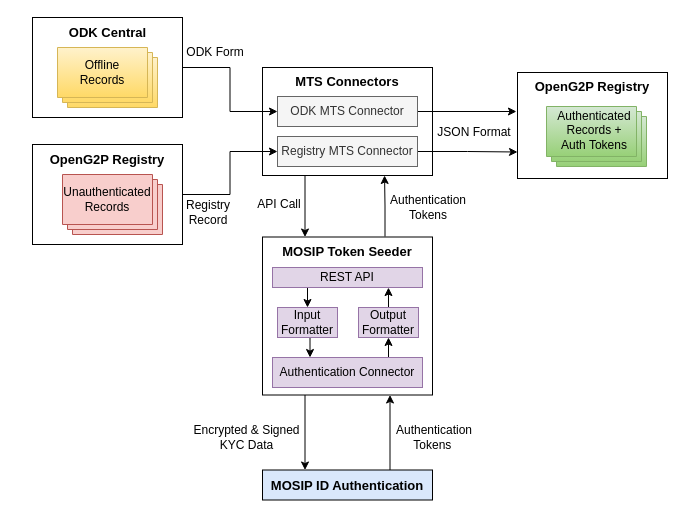
OpenG2P/openg2p-documentation keeps this draw.io diagram as .gitbook/assets/authentication-using-mts.drawio. Above is the earlier version. Source tidied: cells renumbered, new cells numbered last; positions are measured from the earlier drawing's top-left corner, leaving out a move shared by most shapes. Both pictures are drawn from the tidied source at 100%, with x=0, y=0 at pixel (32, 17).
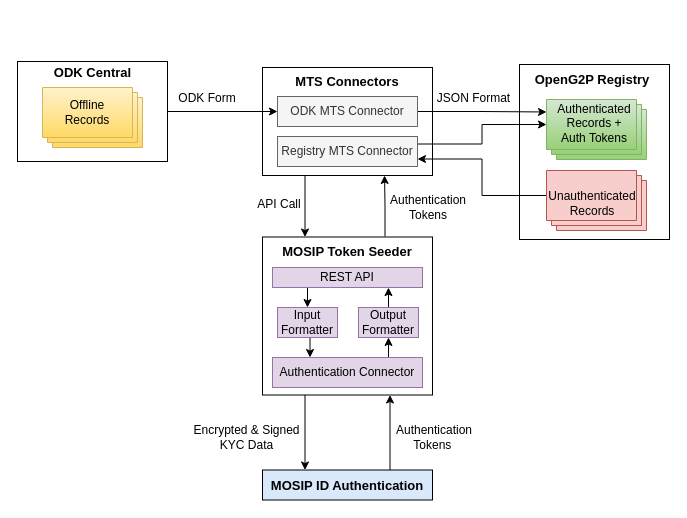
After the change.

The change refers to these unchanged cells:
```xml
<mxCell id="37" value="ODK MTS Connector" style="rounded=0;whiteSpace=wrap;html=1;fillColor=#f5f5f5;fontColor=#333333;strokeColor=#666666;" parent="1" vertex="1">
  <mxGeometry x="245" y="79" width="140" height="30" as="geometry" />
</mxCell>
<mxCell id="39" value="Registry MTS Connector" style="rounded=0;whiteSpace=wrap;html=1;fillColor=#f5f5f5;fontColor=#333333;strokeColor=#666666;" parent="1" vertex="1">
  <mxGeometry x="245" y="119" width="140" height="30" as="geometry" />
</mxCell>
```

What changed in the source:
```diff
@@
     <mxCell id="2" style="rounded=0;whiteSpace=wrap;html=1;fontSize=16;" parent="1" vertex="1">
-      <mxGeometry x="485" y="55" width="150" height="106" as="geometry" />
+      <mxGeometry x="487" y="47" width="150" height="175" as="geometry" />
     </mxCell>
     <mxCell id="3" style="rounded=0;whiteSpace=wrap;html=1;fontSize=16;" parent="1" vertex="1">
-      <mxGeometry width="150" height="100" as="geometry" />
+      <mxGeometry x="-15" y="44" width="150" height="100" as="geometry" />
     </mxCell>
     <mxCell id="4" style="verticalLabelPosition=bottom;verticalAlign=top;html=1;shape=mxgraph.basic.layered_rect;dx=10;whiteSpace=wrap;fontSize=16;fillColor=#fff2cc;strokeColor=#d6b656;gradientColor=#ffd966;" parent="1" vertex="1">
-      <mxGeometry x="25" y="30" width="100" height="60" as="geometry" />
+      <mxGeometry x="10" y="70" width="100" height="60" as="geometry" />
     </mxCell>
     <mxCell id="5" value="Offline Records" style="text;html=1;strokeColor=none;fillColor=none;align=center;verticalAlign=middle;whiteSpace=wrap;rounded=0;fontSize=12;" parent="1" vertex="1">
-      <mxGeometry x="40" y="40" width="60" height="30" as="geometry" />
+      <mxGeometry x="25" y="80" width="60" height="30" as="geometry" />
     </mxCell>
     <mxCell id="6" value="&lt;b style=&quot;font-size: 13px;&quot;&gt;ODK Central&lt;/b&gt;" style="text;html=1;strokeColor=none;fillColor=none;align=center;verticalAlign=middle;whiteSpace=wrap;rounded=0;fontSize=13;" parent="1" vertex="1">
-      <mxGeometry x="31.5" width="87" height="30" as="geometry" />
+      <mxGeometry x="16.5" y="40" width="87" height="30" as="geometry" />
     </mxCell>
@@
     <mxCell id="11" value="&lt;b style=&quot;font-size: 13px;&quot;&gt;OpenG2P Registry&lt;/b&gt;" style="text;html=1;strokeColor=none;fillColor=none;align=center;verticalAlign=middle;whiteSpace=wrap;rounded=0;fontSize=13;" parent="1" vertex="1">
-      <mxGeometry x="495" y="54" width="130" height="30" as="geometry" />
+      <mxGeometry x="495" y="47" width="130" height="30" as="geometry" />
     </mxCell>
@@
     <mxCell id="23" style="verticalLabelPosition=bottom;verticalAlign=top;html=1;shape=mxgraph.basic.layered_rect;dx=10;outlineConnect=0;whiteSpace=wrap;fontSize=16;fillColor=#d5e8d4;gradientColor=#97d077;strokeColor=#82b366;" parent="1" vertex="1">
-      <mxGeometry x="514" y="89" width="100" height="60" as="geometry" />
+      <mxGeometry x="514" y="82" width="100" height="60" as="geometry" />
     </mxCell>
     <mxCell id="24" value="Authenticated Records + Auth Tokens" style="text;html=1;strokeColor=none;fillColor=none;align=center;verticalAlign=middle;whiteSpace=wrap;rounded=0;fontSize=12;" parent="1" vertex="1">
-      <mxGeometry x="537" y="95.5" width="50" height="35" as="geometry" />
+      <mxGeometry x="537" y="88.5" width="50" height="35" as="geometry" />
     </mxCell>
@@
-    <mxCell id="29" style="edgeStyle=orthogonalEdgeStyle;rounded=0;jettySize=auto;html=1;exitX=1;exitY=0.5;exitDx=0;exitDy=0;entryX=0;entryY=0.5;entryDx=0;entryDy=0;" parent="1" edge="1" source="30" target="39">
-      <mxGeometry relative="1" as="geometry" />
-    </mxCell>
-    <mxCell id="30" style="rounded=0;whiteSpace=wrap;html=1;fontSize=16;" parent="1" vertex="1">
-      <mxGeometry y="127" width="150" height="100" as="geometry" />
-    </mxCell>
-    <mxCell id="31" value="&lt;b style=&quot;font-size: 13px;&quot;&gt;OpenG2P Registry&lt;/b&gt;" style="text;html=1;strokeColor=none;fillColor=none;align=center;verticalAlign=middle;whiteSpace=wrap;rounded=0;fontSize=13;" parent="1" vertex="1">
-      <mxGeometry x="10" y="127" width="130" height="30" as="geometry" />
-    </mxCell>
-    <mxCell id="32" style="verticalLabelPosition=bottom;verticalAlign=top;html=1;shape=mxgraph.basic.layered_rect;dx=10;whiteSpace=wrap;fontSize=16;fillColor=#f8cecc;strokeColor=#b85450;" parent="1" vertex="1">
-      <mxGeometry x="30" y="157" width="100" height="60" as="geometry" />
-    </mxCell>
-    <mxCell id="33" value="Unauthenticated Records" style="text;html=1;strokeColor=none;fillColor=none;align=center;verticalAlign=middle;whiteSpace=wrap;rounded=0;fontSize=12;" parent="1" vertex="1">
-      <mxGeometry x="45" y="164.5" width="60" height="35" as="geometry" />
-    </mxCell>
@@
-    <mxCell id="36" style="edgeStyle=orthogonalEdgeStyle;rounded=0;jettySize=auto;html=1;exitX=1;exitY=0.5;exitDx=0;exitDy=0;entryX=-0.007;entryY=0.368;entryDx=0;entryDy=0;entryPerimeter=0;" parent="1" edge="1" source="37" target="2">
+    <mxCell id="36" style="edgeStyle=orthogonalEdgeStyle;rounded=0;jettySize=auto;html=1;exitX=1;exitY=0.5;exitDx=0;exitDy=0;entryX=0;entryY=0;entryDx=0;entryDy=12.5;entryPerimeter=0;" parent="1" edge="1" source="37" target="23">
       <mxGeometry relative="1" as="geometry" />
     </mxCell>
@@
-    <mxCell id="38" style="edgeStyle=orthogonalEdgeStyle;rounded=0;jettySize=auto;html=1;exitX=1;exitY=0.5;exitDx=0;exitDy=0;entryX=0;entryY=0.75;entryDx=0;entryDy=0;" parent="1" edge="1" source="39" target="2">
-      <mxGeometry relative="1" as="geometry" />
-    </mxCell>
+    <mxCell id="46" style="edgeStyle=orthogonalEdgeStyle;rounded=0;jettySize=auto;html=1;exitX=1;exitY=0.25;exitDx=0;exitDy=0;entryX=0;entryY=0;entryDx=0;entryDy=25;entryPerimeter=0;" parent="1" edge="1" source="39" target="23">
+      <mxGeometry relative="1" as="geometry" />
+    </mxCell>
@@
     <mxCell id="41" value="ODK Form" style="text;html=1;strokeColor=none;fillColor=none;align=center;verticalAlign=middle;whiteSpace=wrap;rounded=0;" parent="1" vertex="1">
-      <mxGeometry x="153" y="20" width="60" height="30" as="geometry" />
+      <mxGeometry x="145" y="65.5" width="60" height="30" as="geometry" />
     </mxCell>
-    <mxCell id="42" value="Registry Record" style="text;html=1;strokeColor=none;fillColor=none;align=center;verticalAlign=middle;whiteSpace=wrap;rounded=0;" parent="1" vertex="1">
-      <mxGeometry x="151" y="180" width="50" height="30" as="geometry" />
-    </mxCell>
     <mxCell id="43" value="JSON Format" style="text;html=1;strokeColor=none;fillColor=none;align=center;verticalAlign=middle;whiteSpace=wrap;rounded=0;" parent="1" vertex="1">
-      <mxGeometry x="402" y="100" width="80" height="30" as="geometry" />
+      <mxGeometry x="390" y="65.5" width="103" height="30" as="geometry" />
     </mxCell>
@@
+    <mxCell id="47" style="edgeStyle=orthogonalEdgeStyle;rounded=0;jettySize=auto;html=1;exitX=0;exitY=0;exitDx=0;exitDy=25;exitPerimeter=0;entryX=1;entryY=0.75;entryDx=0;entryDy=0;" parent="1" edge="1" source="48" target="39">
+      <mxGeometry relative="1" as="geometry" />
+    </mxCell>
+    <mxCell id="48" style="verticalLabelPosition=bottom;verticalAlign=top;html=1;shape=mxgraph.basic.layered_rect;dx=10;outlineConnect=0;whiteSpace=wrap;fontSize=16;fillColor=#f8cecc;strokeColor=#b85450;" parent="1" vertex="1">
+      <mxGeometry x="514" y="153" width="100" height="60" as="geometry" />
+    </mxCell>
+    <mxCell id="33" value="Unauthenticated Records" style="text;html=1;strokeColor=none;fillColor=none;align=center;verticalAlign=middle;whiteSpace=wrap;rounded=0;fontSize=12;" parent="1" vertex="1">
+      <mxGeometry x="530" y="168" width="60" height="35" as="geometry" />
+    </mxCell>
```
